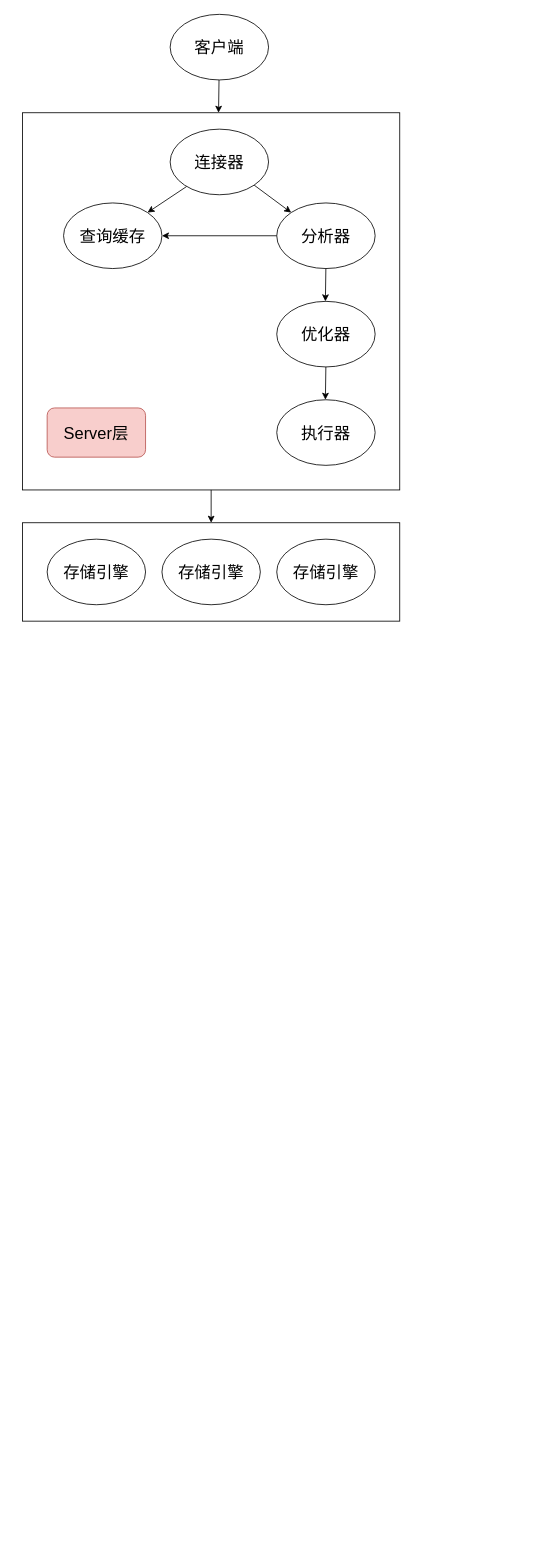
This is Mysql/Mysql相关图.drawio from ZouShuYou/diagrams, a draw.io file, before an edit. Source tidied: cells renumbered, new cells numbered last; positions are measured from the earlier drawing's top-left corner, leaving out a move shared by most shapes. Both pictures are drawn from the tidied source at 82%, with x=0, y=0 at pixel (22, 14).
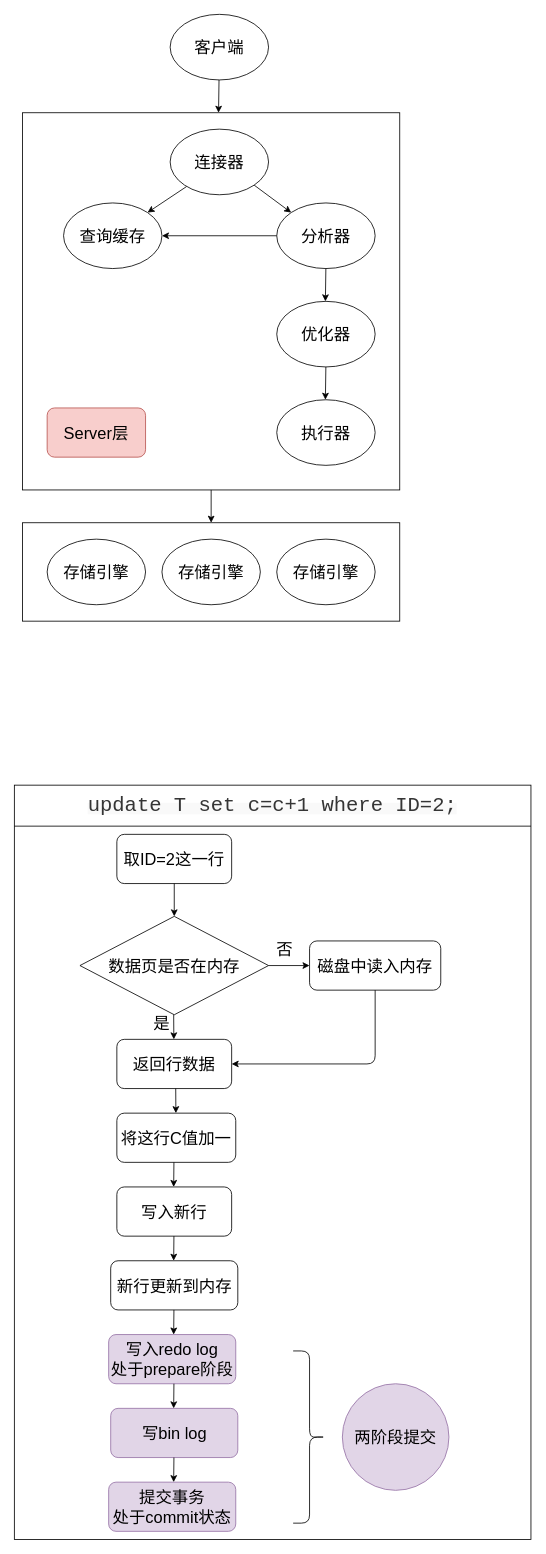
Above is the later version.

Commit message:
更新Mysql相关图.drawio

The edit, as a diff of the source:
```diff
@@
+    <mxCell id="21" style="rounded=0;whiteSpace=wrap;html=1;" parent="1" vertex="1">
+      <mxGeometry x="-10" y="940" width="630" height="920" as="geometry" />
+    </mxCell>
@@
+    <mxCell id="22" value="&lt;span style=&quot;color: rgb(53 , 53 , 53) ; font-family: &amp;#34;consolas&amp;#34; , &amp;#34;liberation mono&amp;#34; , &amp;#34;menlo&amp;#34; , monospace , &amp;#34;courier&amp;#34; ; background-color: rgba(247 , 247 , 247 , 0.7)&quot;&gt;&lt;font style=&quot;font-size: 25px&quot;&gt;update T set c=c+1 where ID=2;&lt;/font&gt;&lt;/span&gt;" style="text;html=1;strokeColor=none;fillColor=none;align=center;verticalAlign=middle;whiteSpace=wrap;rounded=0;" parent="1" vertex="1">
+      <mxGeometry x="-10" y="940" width="630" height="50" as="geometry" />
+    </mxCell>
+    <mxCell id="23" value="&lt;font style=&quot;font-size: 20px&quot;&gt;取ID=2这一行&lt;/font&gt;" style="rounded=1;whiteSpace=wrap;html=1;" parent="1" vertex="1">
+      <mxGeometry x="115" y="1000" width="140" height="60" as="geometry" />
+    </mxCell>
+    <mxCell id="24" value="&lt;font style=&quot;font-size: 20px&quot;&gt;磁盘中读入内存&lt;/font&gt;" style="rounded=1;whiteSpace=wrap;html=1;" parent="1" vertex="1">
+      <mxGeometry x="350" y="1130" width="160" height="60" as="geometry" />
+    </mxCell>
+    <mxCell id="25" value="&lt;font style=&quot;font-size: 20px&quot;&gt;数据页是否在内存&lt;/font&gt;" style="rhombus;whiteSpace=wrap;html=1;" parent="1" vertex="1">
+      <mxGeometry x="70" y="1100" width="230" height="120" as="geometry" />
+    </mxCell>
+    <mxCell id="26" value="&lt;font style=&quot;font-size: 20px&quot;&gt;返回行数据&lt;/font&gt;" style="rounded=1;whiteSpace=wrap;html=1;" parent="1" vertex="1">
+      <mxGeometry x="115" y="1250" width="140" height="60" as="geometry" />
+    </mxCell>
+    <mxCell id="27" value="&lt;font style=&quot;font-size: 20px&quot;&gt;将这行C值加一&lt;/font&gt;" style="rounded=1;whiteSpace=wrap;html=1;" parent="1" vertex="1">
+      <mxGeometry x="115" y="1340" width="145" height="60" as="geometry" />
+    </mxCell>
+    <mxCell id="28" value="&lt;font style=&quot;font-size: 20px&quot;&gt;写入新行&lt;/font&gt;" style="rounded=1;whiteSpace=wrap;html=1;" parent="1" vertex="1">
+      <mxGeometry x="115" y="1430" width="140" height="60" as="geometry" />
+    </mxCell>
+    <mxCell id="29" value="&lt;font style=&quot;font-size: 20px&quot;&gt;新行更新到内存&lt;/font&gt;" style="rounded=1;whiteSpace=wrap;html=1;" parent="1" vertex="1">
+      <mxGeometry x="107.5" y="1520" width="155" height="60" as="geometry" />
+    </mxCell>
+    <mxCell id="30" style="endArrow=none;html=1;exitX=0;exitY=1;exitDx=0;exitDy=0;entryX=1;entryY=1;entryDx=0;entryDy=0;" parent="1" edge="1" source="22" target="22">
+      <mxGeometry relative="1" as="geometry" />
+    </mxCell>
+    <mxCell id="31" value="&lt;font style=&quot;font-size: 20px&quot;&gt;写入redo log&lt;br&gt;处于prepare阶段&lt;br&gt;&lt;/font&gt;" style="rounded=1;whiteSpace=wrap;html=1;fillColor=#e1d5e7;strokeColor=#9673a6;" parent="1" vertex="1">
+      <mxGeometry x="105" y="1610" width="155" height="60" as="geometry" />
+    </mxCell>
+    <mxCell id="32" value="&lt;font style=&quot;font-size: 20px&quot;&gt;写bin log&lt;/font&gt;" style="rounded=1;whiteSpace=wrap;html=1;fillColor=#e1d5e7;strokeColor=#9673a6;" parent="1" vertex="1">
+      <mxGeometry x="107.5" y="1700" width="155" height="60" as="geometry" />
+    </mxCell>
+    <mxCell id="33" value="&lt;span style=&quot;font-size: 20px&quot;&gt;提交事务&lt;br&gt;处于commit状态&lt;br&gt;&lt;/span&gt;" style="rounded=1;whiteSpace=wrap;html=1;fillColor=#e1d5e7;strokeColor=#9673a6;" parent="1" vertex="1">
+      <mxGeometry x="105" y="1790" width="155" height="60" as="geometry" />
+    </mxCell>
+    <mxCell id="34" style="endArrow=classic;html=1;entryX=0.5;entryY=0;entryDx=0;entryDy=0;exitX=0.5;exitY=1;exitDx=0;exitDy=0;" parent="1" edge="1" source="23" target="25">
+      <mxGeometry relative="1" as="geometry" />
+    </mxCell>
+    <mxCell id="35" style="endArrow=classic;html=1;exitX=0.5;exitY=1;exitDx=0;exitDy=0;" parent="1" edge="1">
+      <mxGeometry relative="1" as="geometry">
+        <mxPoint x="186.8" y="1310" as="sourcePoint" />
+        <mxPoint x="187" y="1340" as="targetPoint" />
+      </mxGeometry>
+    </mxCell>
+    <mxCell id="36" style="endArrow=classic;html=1;exitX=0.5;exitY=1;exitDx=0;exitDy=0;" parent="1" edge="1">
+      <mxGeometry relative="1" as="geometry">
+        <mxPoint x="184.6" y="1400" as="sourcePoint" />
+        <mxPoint x="184.3" y="1430" as="targetPoint" />
+      </mxGeometry>
+    </mxCell>
+    <mxCell id="37" style="endArrow=classic;html=1;exitX=0.5;exitY=1;exitDx=0;exitDy=0;" parent="1" edge="1">
+      <mxGeometry relative="1" as="geometry">
+        <mxPoint x="184.6" y="1490" as="sourcePoint" />
+        <mxPoint x="184.3" y="1520" as="targetPoint" />
+      </mxGeometry>
+    </mxCell>
+    <mxCell id="38" style="endArrow=classic;html=1;exitX=0.5;exitY=1;exitDx=0;exitDy=0;" parent="1" edge="1">
+      <mxGeometry relative="1" as="geometry">
+        <mxPoint x="184.6" y="1580" as="sourcePoint" />
+        <mxPoint x="184.3" y="1610" as="targetPoint" />
+      </mxGeometry>
+    </mxCell>
+    <mxCell id="39" style="endArrow=classic;html=1;exitX=0.5;exitY=1;exitDx=0;exitDy=0;" parent="1" edge="1">
+      <mxGeometry relative="1" as="geometry">
+        <mxPoint x="184.6" y="1670" as="sourcePoint" />
+        <mxPoint x="184.3" y="1700" as="targetPoint" />
+      </mxGeometry>
+    </mxCell>
+    <mxCell id="40" style="endArrow=classic;html=1;exitX=0.5;exitY=1;exitDx=0;exitDy=0;" parent="1" edge="1">
+      <mxGeometry relative="1" as="geometry">
+        <mxPoint x="184.6" y="1760" as="sourcePoint" />
+        <mxPoint x="184.3" y="1790" as="targetPoint" />
+      </mxGeometry>
+    </mxCell>
+    <mxCell id="41" style="endArrow=classic;html=1;exitX=0.5;exitY=1;exitDx=0;exitDy=0;" parent="1" edge="1">
+      <mxGeometry relative="1" as="geometry">
+        <mxPoint x="184.3" y="1220" as="sourcePoint" />
+        <mxPoint x="184.5" y="1250" as="targetPoint" />
+      </mxGeometry>
+    </mxCell>
+    <mxCell id="42" value="&lt;font style=&quot;font-size: 20px&quot;&gt;是&lt;/font&gt;" style="text;html=1;strokeColor=none;fillColor=none;align=center;verticalAlign=middle;whiteSpace=wrap;rounded=0;" parent="1" vertex="1">
+      <mxGeometry x="150" y="1220" width="40" height="20" as="geometry" />
+    </mxCell>
+    <mxCell id="43" style="endArrow=classic;html=1;exitX=1;exitY=0.5;exitDx=0;exitDy=0;entryX=0;entryY=0.5;entryDx=0;entryDy=0;" parent="1" edge="1" source="25" target="24">
+      <mxGeometry relative="1" as="geometry" />
+    </mxCell>
+    <mxCell id="44" value="&lt;font style=&quot;font-size: 20px&quot;&gt;否&lt;/font&gt;" style="text;html=1;strokeColor=none;fillColor=none;align=center;verticalAlign=middle;whiteSpace=wrap;rounded=0;" parent="1" vertex="1">
+      <mxGeometry x="300" y="1130" width="40" height="20" as="geometry" />
+    </mxCell>
+    <mxCell id="45" style="endArrow=classic;html=1;exitX=0.5;exitY=1;exitDx=0;exitDy=0;entryX=1;entryY=0.5;entryDx=0;entryDy=0;" parent="1" edge="1" source="24" target="26">
+      <mxGeometry relative="1" as="geometry">
+        <Array as="points">
+          <mxPoint x="430" y="1280" />
+        </Array>
+      </mxGeometry>
+    </mxCell>
+    <mxCell id="46" value="&lt;font style=&quot;font-size: 20px&quot;&gt;两阶段提交&lt;/font&gt;" style="ellipse;whiteSpace=wrap;html=1;fillColor=#e1d5e7;strokeColor=#9673a6;" parent="1" vertex="1">
+      <mxGeometry x="390" y="1670" width="130" height="130" as="geometry" />
+    </mxCell>
+    <mxCell id="47" style="shape=curlyBracket;whiteSpace=wrap;html=1;rounded=1;direction=west;" parent="1" vertex="1">
+      <mxGeometry x="330" y="1630" width="40" height="210" as="geometry" />
+    </mxCell>
```
